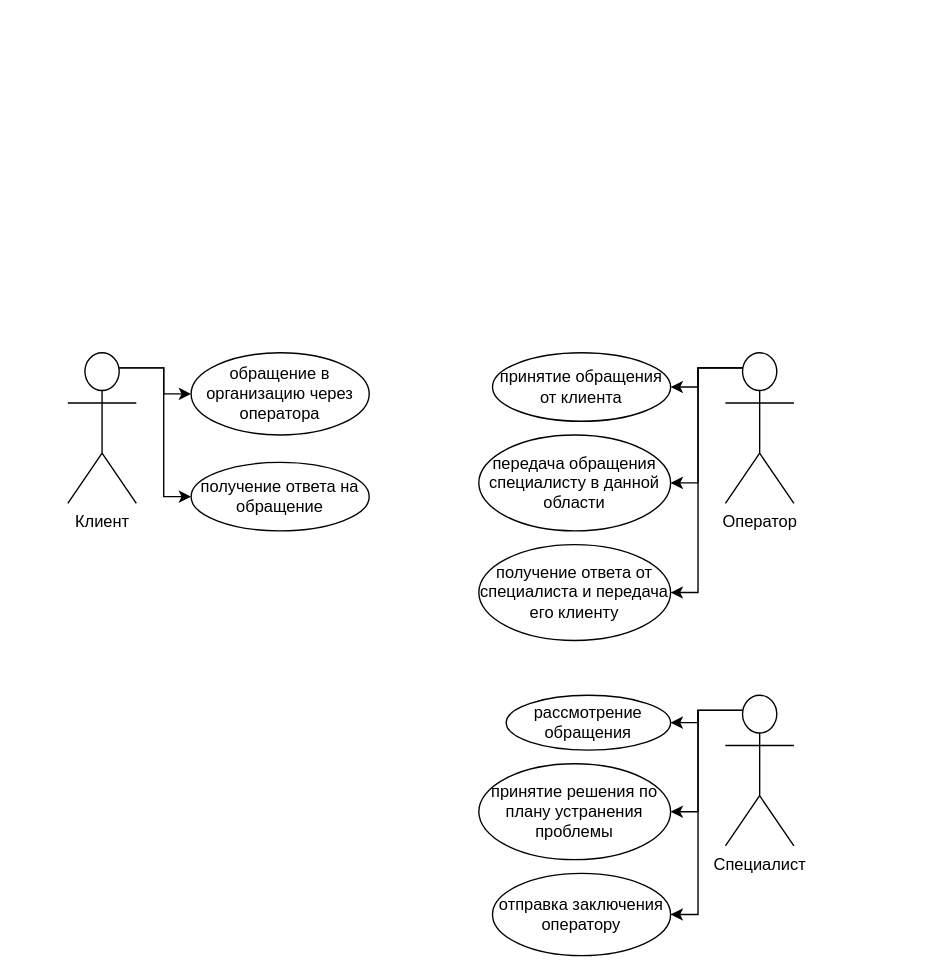
This is usecase.drawio from iluxa678/newsait, a draw.io file, before an edit. Source tidied: cells renumbered, new cells numbered last; positions are measured from the earlier drawing's top-left corner, leaving out a move shared by most shapes. Both pictures are drawn from the tidied source at 137%, with x=0, y=0 at pixel (67, 352).
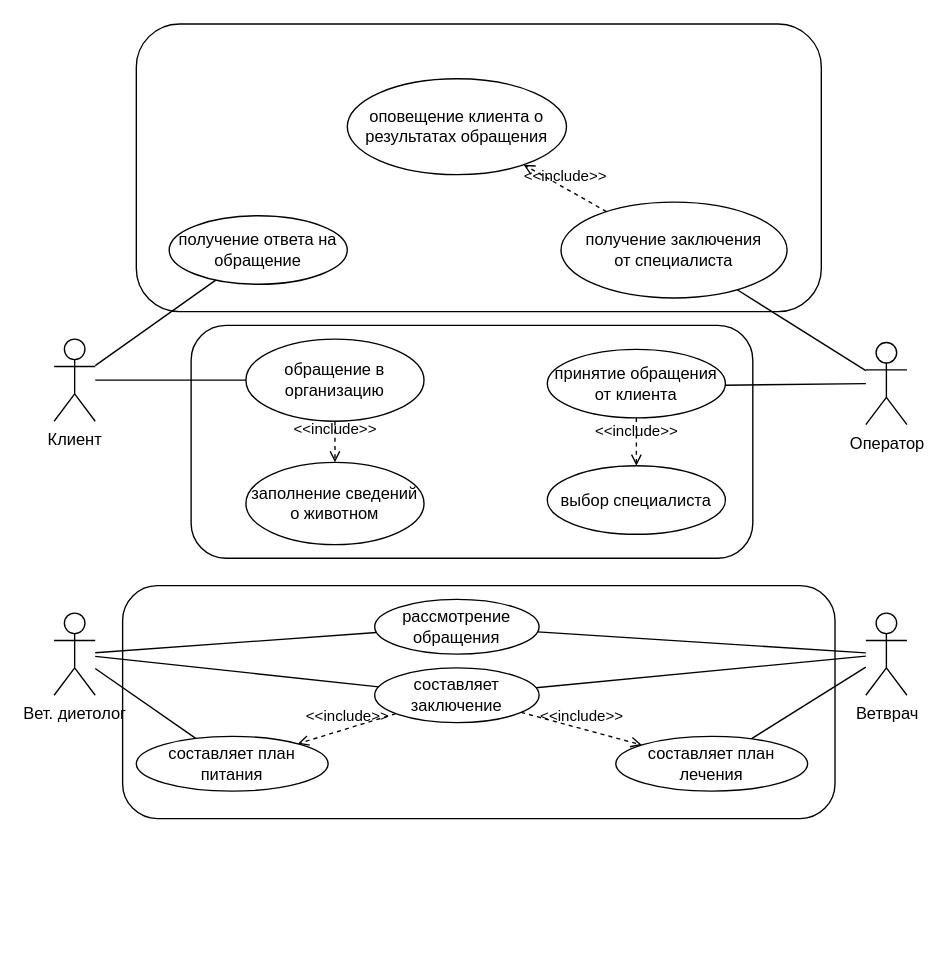
The same diagram, later.

What changed in the source:
```diff
@@
+    <mxCell id="21" style="rounded=1;whiteSpace=wrap;html=1;fillColor=none;" parent="1" vertex="1">
+      <mxGeometry x="40" y="170" width="520" height="170" as="geometry" />
+    </mxCell>
+    <mxCell id="22" style="rounded=1;whiteSpace=wrap;html=1;fillColor=none;" parent="1" vertex="1">
+      <mxGeometry x="90" y="-20" width="410" height="170" as="geometry" />
+    </mxCell>
+    <mxCell id="23" style="rounded=1;whiteSpace=wrap;html=1;fillColor=none;" parent="1" vertex="1">
+      <mxGeometry x="50" y="-240" width="500" height="210" as="geometry" />
+    </mxCell>
-    <mxCell id="2" style="edgeStyle=orthogonalEdgeStyle;rounded=0;jettySize=auto;html=1;exitX=0.75;exitY=0.1;exitDx=0;exitDy=0;exitPerimeter=0;entryX=0;entryY=0.5;entryDx=0;entryDy=0;" parent="1" edge="1" source="4" target="13">
+    <mxCell id="2" style="rounded=0;jettySize=auto;html=1;endArrow=none;endFill=0;" parent="1" edge="1" source="4" target="13">
       <mxGeometry relative="1" as="geometry" />
     </mxCell>
-    <mxCell id="3" style="edgeStyle=orthogonalEdgeStyle;rounded=0;jettySize=auto;html=1;exitX=0.75;exitY=0.1;exitDx=0;exitDy=0;exitPerimeter=0;entryX=0;entryY=0.5;entryDx=0;entryDy=0;" parent="1" edge="1" source="4" target="14">
+    <mxCell id="3" style="rounded=0;jettySize=auto;html=1;endArrow=none;endFill=0;" parent="1" edge="1" source="4" target="14">
       <mxGeometry relative="1" as="geometry" />
     </mxCell>
     <mxCell id="4" value="Клиент" style="shape=umlActor;verticalLabelPosition=bottom;verticalAlign=top;html=1;outlineConnect=0;" parent="1" vertex="1">
-      <mxGeometry width="50" height="110" as="geometry" />
+      <mxGeometry x="-10" y="-10" width="30" height="60" as="geometry" />
     </mxCell>
-    <mxCell id="5" style="edgeStyle=orthogonalEdgeStyle;rounded=0;jettySize=auto;html=1;exitX=0.25;exitY=0.1;exitDx=0;exitDy=0;exitPerimeter=0;entryX=1;entryY=0.5;entryDx=0;entryDy=0;" parent="1" edge="1" source="8" target="15">
-      <mxGeometry relative="1" as="geometry" />
-    </mxCell>
-    <mxCell id="6" style="edgeStyle=orthogonalEdgeStyle;rounded=0;jettySize=auto;html=1;exitX=0.25;exitY=0.1;exitDx=0;exitDy=0;exitPerimeter=0;entryX=1;entryY=0.5;entryDx=0;entryDy=0;" parent="1" edge="1" source="8" target="16">
-      <mxGeometry relative="1" as="geometry" />
-    </mxCell>
-    <mxCell id="7" style="edgeStyle=orthogonalEdgeStyle;rounded=0;jettySize=auto;html=1;exitX=0.25;exitY=0.1;exitDx=0;exitDy=0;exitPerimeter=0;entryX=1;entryY=0.5;entryDx=0;entryDy=0;" parent="1" edge="1" source="8" target="17">
-      <mxGeometry relative="1" as="geometry" />
-    </mxCell>
     <mxCell id="8" value="Оператор" style="shape=umlActor;verticalLabelPosition=bottom;verticalAlign=top;html=1;outlineConnect=0;" parent="1" vertex="1">
-      <mxGeometry x="480" width="50" height="110" as="geometry" />
+      <mxGeometry x="582.5" y="-7.5" width="30" height="60" as="geometry" />
     </mxCell>
-    <mxCell id="9" style="edgeStyle=orthogonalEdgeStyle;rounded=0;jettySize=auto;html=1;exitX=0.25;exitY=0.1;exitDx=0;exitDy=0;exitPerimeter=0;entryX=1;entryY=0.5;entryDx=0;entryDy=0;" parent="1" edge="1" source="12" target="18">
+    <mxCell id="9" style="rounded=0;jettySize=auto;html=1;endArrow=none;endFill=0;" parent="1" edge="1" source="12" target="18">
       <mxGeometry relative="1" as="geometry" />
     </mxCell>
-    <mxCell id="10" style="edgeStyle=orthogonalEdgeStyle;rounded=0;jettySize=auto;html=1;exitX=0.25;exitY=0.1;exitDx=0;exitDy=0;exitPerimeter=0;entryX=1;entryY=0.5;entryDx=0;entryDy=0;" parent="1" edge="1" source="12" target="19">
+    <mxCell id="10" style="rounded=0;jettySize=auto;html=1;endArrow=none;endFill=0;" parent="1" edge="1" source="12" target="19">
       <mxGeometry relative="1" as="geometry" />
     </mxCell>
-    <mxCell id="11" style="edgeStyle=orthogonalEdgeStyle;rounded=0;jettySize=auto;html=1;exitX=0.25;exitY=0.1;exitDx=0;exitDy=0;exitPerimeter=0;entryX=1;entryY=0.5;entryDx=0;entryDy=0;" parent="1" edge="1" source="12" target="20">
+    <mxCell id="11" style="rounded=0;jettySize=auto;html=1;endArrow=none;endFill=0;" parent="1" edge="1" source="12" target="20">
       <mxGeometry relative="1" as="geometry" />
     </mxCell>
-    <mxCell id="12" value="Специалист" style="shape=umlActor;verticalLabelPosition=bottom;verticalAlign=top;html=1;outlineConnect=0;" parent="1" vertex="1">
-      <mxGeometry x="480" y="250" width="50" height="110" as="geometry" />
+    <mxCell id="12" value="Ветврач" style="shape=umlActor;verticalLabelPosition=bottom;verticalAlign=top;html=1;outlineConnect=0;" parent="1" vertex="1">
+      <mxGeometry x="582.5" y="190" width="30" height="60" as="geometry" />
     </mxCell>
-    <mxCell id="13" value="обращение в организацию через оператора" style="ellipse;whiteSpace=wrap;html=1;align=center;newEdgeStyle={&quot;edgeStyle&quot;:&quot;entityRelationEdgeStyle&quot;,&quot;startArrow&quot;:&quot;none&quot;,&quot;endArrow&quot;:&quot;none&quot;,&quot;segment&quot;:10,&quot;curved&quot;:1};" parent="1" vertex="1">
-      <mxGeometry x="90" width="130" height="60" as="geometry" />
+    <mxCell id="13" value="обращение в организацию " style="ellipse;whiteSpace=wrap;html=1;align=center;newEdgeStyle={&quot;edgeStyle&quot;:&quot;entityRelationEdgeStyle&quot;,&quot;startArrow&quot;:&quot;none&quot;,&quot;endArrow&quot;:&quot;none&quot;,&quot;segment&quot;:10,&quot;curved&quot;:1};" parent="1" vertex="1">
+      <mxGeometry x="130" y="-10" width="130" height="60" as="geometry" />
     </mxCell>
     <mxCell id="14" value="получение ответа на обращение" style="ellipse;whiteSpace=wrap;html=1;align=center;newEdgeStyle={&quot;edgeStyle&quot;:&quot;entityRelationEdgeStyle&quot;,&quot;startArrow&quot;:&quot;none&quot;,&quot;endArrow&quot;:&quot;none&quot;,&quot;segment&quot;:10,&quot;curved&quot;:1};" parent="1" vertex="1">
-      <mxGeometry x="90" y="80" width="130" height="50" as="geometry" />
+      <mxGeometry x="74" y="-100" width="130" height="50" as="geometry" />
     </mxCell>
+    <mxCell id="24" style="edgeStyle=none;rounded=0;jettySize=auto;html=1;endArrow=none;endFill=0;" parent="1" edge="1" source="15" target="8">
+      <mxGeometry relative="1" as="geometry" />
+    </mxCell>
     <mxCell id="15" value="принятие обращения от клиента" style="ellipse;whiteSpace=wrap;html=1;align=center;newEdgeStyle={&quot;edgeStyle&quot;:&quot;entityRelationEdgeStyle&quot;,&quot;startArrow&quot;:&quot;none&quot;,&quot;endArrow&quot;:&quot;none&quot;,&quot;segment&quot;:10,&quot;curved&quot;:1};" parent="1" vertex="1">
-      <mxGeometry x="310" width="130" height="50" as="geometry" />
+      <mxGeometry x="350" y="-2.5" width="130" height="50" as="geometry" />
     </mxCell>
-    <mxCell id="16" value="передача обращения специалисту в данной области" style="ellipse;whiteSpace=wrap;html=1;align=center;newEdgeStyle={&quot;edgeStyle&quot;:&quot;entityRelationEdgeStyle&quot;,&quot;startArrow&quot;:&quot;none&quot;,&quot;endArrow&quot;:&quot;none&quot;,&quot;segment&quot;:10,&quot;curved&quot;:1};" parent="1" vertex="1">
-      <mxGeometry x="300" y="60" width="140" height="70" as="geometry" />
-    </mxCell>
+    <mxCell id="25" style="edgeStyle=none;rounded=0;jettySize=auto;html=1;endArrow=none;endFill=0;" parent="1" edge="1" source="17" target="8">
+      <mxGeometry relative="1" as="geometry" />
+    </mxCell>
-    <mxCell id="17" value="получение ответа от специалиста и передача его клиенту" style="ellipse;whiteSpace=wrap;html=1;align=center;newEdgeStyle={&quot;edgeStyle&quot;:&quot;entityRelationEdgeStyle&quot;,&quot;startArrow&quot;:&quot;none&quot;,&quot;endArrow&quot;:&quot;none&quot;,&quot;segment&quot;:10,&quot;curved&quot;:1};" parent="1" vertex="1">
-      <mxGeometry x="300" y="140" width="140" height="70" as="geometry" />
+    <mxCell id="17" value="&lt;div&gt;получение заключения&lt;/div&gt;&lt;div&gt;от специалиста&lt;br&gt;&lt;/div&gt;" style="ellipse;whiteSpace=wrap;html=1;align=center;newEdgeStyle={&quot;edgeStyle&quot;:&quot;entityRelationEdgeStyle&quot;,&quot;startArrow&quot;:&quot;none&quot;,&quot;endArrow&quot;:&quot;none&quot;,&quot;segment&quot;:10,&quot;curved&quot;:1};" parent="1" vertex="1">
+      <mxGeometry x="360" y="-110" width="165" height="70" as="geometry" />
     </mxCell>
     <mxCell id="18" value="рассмотрение обращения" style="ellipse;whiteSpace=wrap;html=1;align=center;newEdgeStyle={&quot;edgeStyle&quot;:&quot;entityRelationEdgeStyle&quot;,&quot;startArrow&quot;:&quot;none&quot;,&quot;endArrow&quot;:&quot;none&quot;,&quot;segment&quot;:10,&quot;curved&quot;:1};" parent="1" vertex="1">
-      <mxGeometry x="320" y="250" width="120" height="40" as="geometry" />
+      <mxGeometry x="224" y="180" width="120" height="40" as="geometry" />
     </mxCell>
-    <mxCell id="19" value="принятие решения по плану устранения проблемы" style="ellipse;whiteSpace=wrap;html=1;align=center;newEdgeStyle={&quot;edgeStyle&quot;:&quot;entityRelationEdgeStyle&quot;,&quot;startArrow&quot;:&quot;none&quot;,&quot;endArrow&quot;:&quot;none&quot;,&quot;segment&quot;:10,&quot;curved&quot;:1};" parent="1" vertex="1">
-      <mxGeometry x="300" y="300" width="140" height="70" as="geometry" />
+    <mxCell id="19" value="составляет план лечения" style="ellipse;whiteSpace=wrap;html=1;align=center;newEdgeStyle={&quot;edgeStyle&quot;:&quot;entityRelationEdgeStyle&quot;,&quot;startArrow&quot;:&quot;none&quot;,&quot;endArrow&quot;:&quot;none&quot;,&quot;segment&quot;:10,&quot;curved&quot;:1};" parent="1" vertex="1">
+      <mxGeometry x="400" y="280" width="140" height="40" as="geometry" />
     </mxCell>
-    <mxCell id="20" value="отправка заключения оператору" style="ellipse;whiteSpace=wrap;html=1;align=center;newEdgeStyle={&quot;edgeStyle&quot;:&quot;entityRelationEdgeStyle&quot;,&quot;startArrow&quot;:&quot;none&quot;,&quot;endArrow&quot;:&quot;none&quot;,&quot;segment&quot;:10,&quot;curved&quot;:1};" parent="1" vertex="1">
-      <mxGeometry x="310" y="380" width="130" height="60" as="geometry" />
+    <mxCell id="20" value="составляет заключение" style="ellipse;whiteSpace=wrap;html=1;align=center;newEdgeStyle={&quot;edgeStyle&quot;:&quot;entityRelationEdgeStyle&quot;,&quot;startArrow&quot;:&quot;none&quot;,&quot;endArrow&quot;:&quot;none&quot;,&quot;segment&quot;:10,&quot;curved&quot;:1};" parent="1" vertex="1">
+      <mxGeometry x="224" y="230" width="120" height="40" as="geometry" />
     </mxCell>
+    <mxCell id="26" value="&amp;lt;&amp;lt;include&amp;gt;&amp;gt;" style="html=1;verticalAlign=bottom;labelBackgroundColor=none;endArrow=open;endFill=0;dashed=1;" parent="1" edge="1" source="17" target="27">
+      <mxGeometry relative="1" as="geometry" />
+    </mxCell>
+    <mxCell id="27" value="оповещение клиента о результатах обращения" style="ellipse;whiteSpace=wrap;html=1;align=center;newEdgeStyle={&quot;edgeStyle&quot;:&quot;entityRelationEdgeStyle&quot;,&quot;startArrow&quot;:&quot;none&quot;,&quot;endArrow&quot;:&quot;none&quot;,&quot;segment&quot;:10,&quot;curved&quot;:1};" parent="1" vertex="1">
+      <mxGeometry x="204" y="-200" width="160" height="70" as="geometry" />
+    </mxCell>
+    <mxCell id="28" style="edgeStyle=none;rounded=0;jettySize=auto;html=1;endArrow=none;endFill=0;" parent="1" edge="1" source="31" target="18">
+      <mxGeometry relative="1" as="geometry" />
+    </mxCell>
+    <mxCell id="29" style="edgeStyle=none;rounded=0;jettySize=auto;html=1;endArrow=none;endFill=0;" parent="1" edge="1" source="31" target="20">
+      <mxGeometry relative="1" as="geometry" />
+    </mxCell>
+    <mxCell id="30" style="edgeStyle=none;rounded=0;jettySize=auto;html=1;endArrow=none;endFill=0;" parent="1" edge="1" source="31" target="36">
+      <mxGeometry relative="1" as="geometry" />
+    </mxCell>
+    <mxCell id="31" value="Вет. диетолог" style="shape=umlActor;verticalLabelPosition=bottom;verticalAlign=top;html=1;outlineConnect=0;" parent="1" vertex="1">
+      <mxGeometry x="-10" y="190" width="30" height="60" as="geometry" />
+    </mxCell>
+    <mxCell id="32" value="заполнение сведений &lt;br&gt;о животном" style="ellipse;whiteSpace=wrap;html=1;align=center;newEdgeStyle={&quot;edgeStyle&quot;:&quot;entityRelationEdgeStyle&quot;,&quot;startArrow&quot;:&quot;none&quot;,&quot;endArrow&quot;:&quot;none&quot;,&quot;segment&quot;:10,&quot;curved&quot;:1};" parent="1" vertex="1">
+      <mxGeometry x="130" y="80" width="130" height="60" as="geometry" />
+    </mxCell>
+    <mxCell id="33" value="&amp;lt;&amp;lt;include&amp;gt;&amp;gt;" style="html=1;verticalAlign=bottom;labelBackgroundColor=none;endArrow=open;endFill=0;dashed=1;" parent="1" edge="1" source="13" target="32">
+      <mxGeometry relative="1" as="geometry" />
+    </mxCell>
+    <mxCell id="34" value="выбор специалиста" style="ellipse;whiteSpace=wrap;html=1;align=center;newEdgeStyle={&quot;edgeStyle&quot;:&quot;entityRelationEdgeStyle&quot;,&quot;startArrow&quot;:&quot;none&quot;,&quot;endArrow&quot;:&quot;none&quot;,&quot;segment&quot;:10,&quot;curved&quot;:1};" parent="1" vertex="1">
+      <mxGeometry x="350" y="82.5" width="130" height="50" as="geometry" />
+    </mxCell>
+    <mxCell id="35" value="&amp;lt;&amp;lt;include&amp;gt;&amp;gt;" style="html=1;verticalAlign=bottom;labelBackgroundColor=none;endArrow=open;endFill=0;dashed=1;" parent="1" edge="1" source="15" target="34">
+      <mxGeometry relative="1" as="geometry" />
+    </mxCell>
+    <mxCell id="36" value="составляет план питания" style="ellipse;whiteSpace=wrap;html=1;align=center;newEdgeStyle={&quot;edgeStyle&quot;:&quot;entityRelationEdgeStyle&quot;,&quot;startArrow&quot;:&quot;none&quot;,&quot;endArrow&quot;:&quot;none&quot;,&quot;segment&quot;:10,&quot;curved&quot;:1};" parent="1" vertex="1">
+      <mxGeometry x="50" y="280" width="140" height="40" as="geometry" />
+    </mxCell>
+    <mxCell id="37" value="&amp;lt;&amp;lt;include&amp;gt;&amp;gt;" style="html=1;verticalAlign=bottom;labelBackgroundColor=none;endArrow=open;endFill=0;dashed=1;" parent="1" edge="1" source="20" target="36">
+      <mxGeometry relative="1" as="geometry" />
+    </mxCell>
+    <mxCell id="38" value="&amp;lt;&amp;lt;include&amp;gt;&amp;gt;" style="html=1;verticalAlign=bottom;labelBackgroundColor=none;endArrow=open;endFill=0;dashed=1;" parent="1" edge="1" source="20" target="19">
+      <mxGeometry relative="1" as="geometry" />
+    </mxCell>
```
